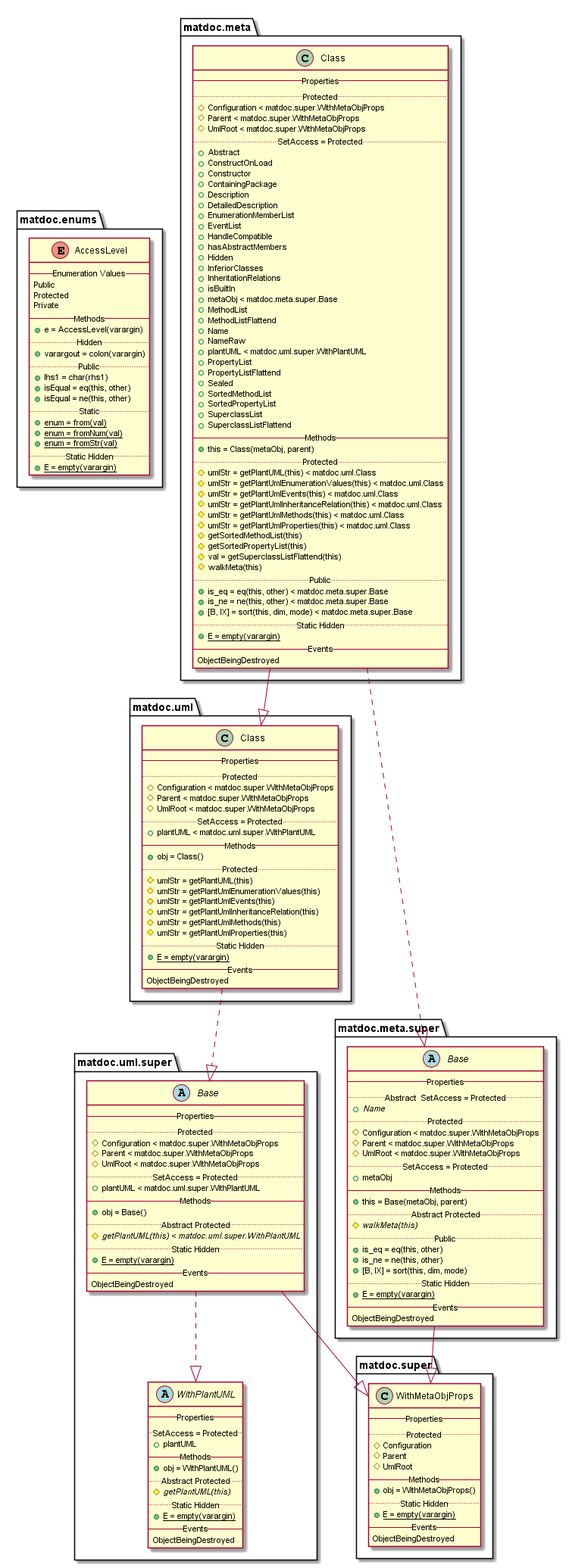
flxdot/matdoc keeps this PlantUML diagram as doc/uml-examples/export-class-IgnoreBuiltInClass-true.png. Above is the earlier version.
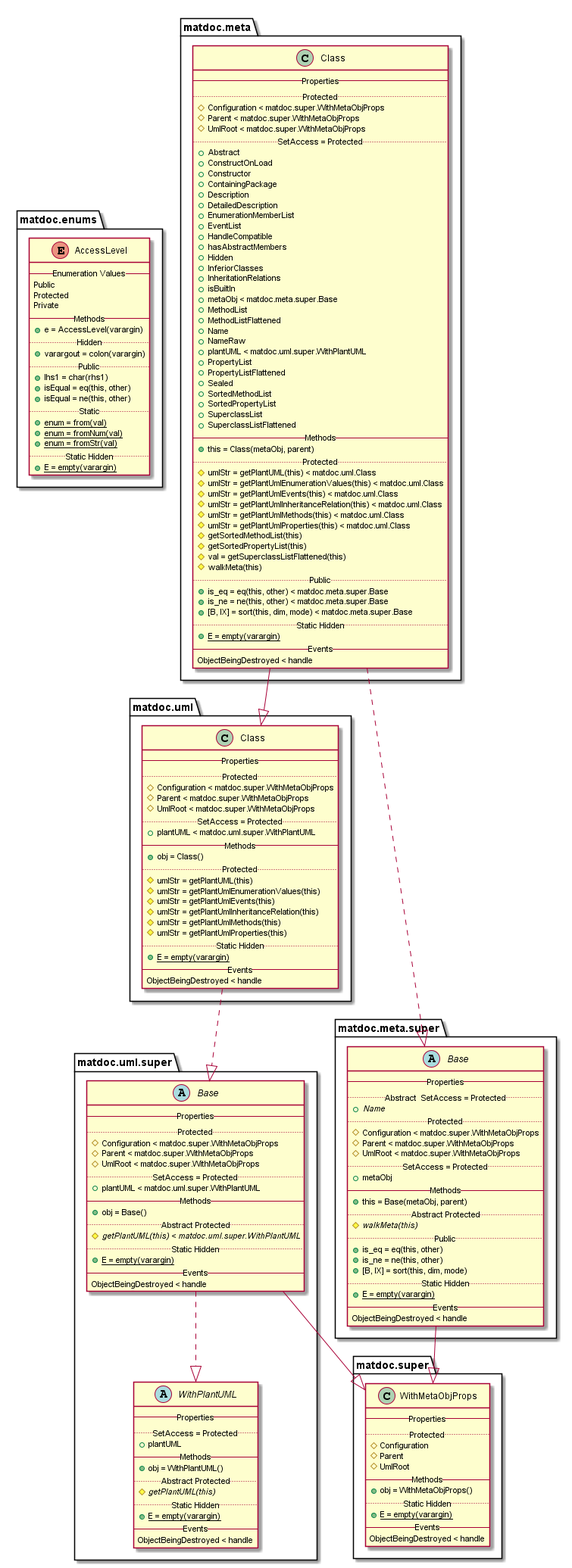
The same file after the commit.

Diff of the diagram source:
```diff
@@ -45,17 +45,17 @@
    {field} + isBuiltIn
    {field} + metaObj < matdoc.meta.super.Base
    {field} + MethodList
-   {field} + MethodListFlattend
+   {field} + MethodListFlattened
    {field} + Name
    {field} + NameRaw
    {field} + plantUML < matdoc.uml.super.WithPlantUML
    {field} + PropertyList
-   {field} + PropertyListFlattend
+   {field} + PropertyListFlattened
    {field} + Sealed
    {field} + SortedMethodList
    {field} + SortedPropertyList
    {field} + SuperclassList
-   {field} + SuperclassListFlattend
+   {field} + SuperclassListFlattened
    -- Methods --
    {method} + this = Class(metaObj, parent)
    .. Protected ..
@@ -67,7 +67,7 @@
    {method} # umlStr = getPlantUmlProperties(this) < matdoc.uml.Class
    {method} # getSortedMethodList(this)
    {method} # getSortedPropertyList(this)
-   {method} # val = getSuperclassListFlattend(this)
+   {method} # val = getSuperclassListFlattened(this)
    {method} # walkMeta(this)
    .. Public ..
    {method} + is_eq = eq(this, other) < matdoc.meta.super.Base
@@ -76,7 +76,7 @@
    .. Static Hidden ..
    {method}{static} + E = empty(varargin)
    -- Events --
-   ObjectBeingDestroyed
+   ObjectBeingDestroyed < handle
 }
 
 matdoc.meta.Class ..|> matdoc.meta.super.Base
@@ -103,7 +103,7 @@
    .. Static Hidden ..
    {method}{static} + E = empty(varargin)
    -- Events --
-   ObjectBeingDestroyed
+   ObjectBeingDestroyed < handle
 }
 
 matdoc.meta.super.Base --|> matdoc.super.WithMetaObjProps
@@ -119,7 +119,7 @@
    .. Static Hidden ..
    {method}{static} + E = empty(varargin)
    -- Events --
-   ObjectBeingDestroyed
+   ObjectBeingDestroyed < handle
 }
 
 
@@ -143,7 +143,7 @@
    .. Static Hidden ..
    {method}{static} + E = empty(varargin)
    -- Events --
-   ObjectBeingDestroyed
+   ObjectBeingDestroyed < handle
 }
 
 matdoc.uml.Class ..|> matdoc.uml.super.Base
@@ -163,7 +163,7 @@
    .. Static Hidden ..
    {method}{static} + E = empty(varargin)
    -- Events --
-   ObjectBeingDestroyed
+   ObjectBeingDestroyed < handle
 }
 
 matdoc.uml.super.Base --|> matdoc.super.WithMetaObjProps
@@ -180,7 +180,7 @@
    .. Static Hidden ..
    {method}{static} + E = empty(varargin)
    -- Events --
-   ObjectBeingDestroyed
+   ObjectBeingDestroyed < handle
 }
 
 
```
